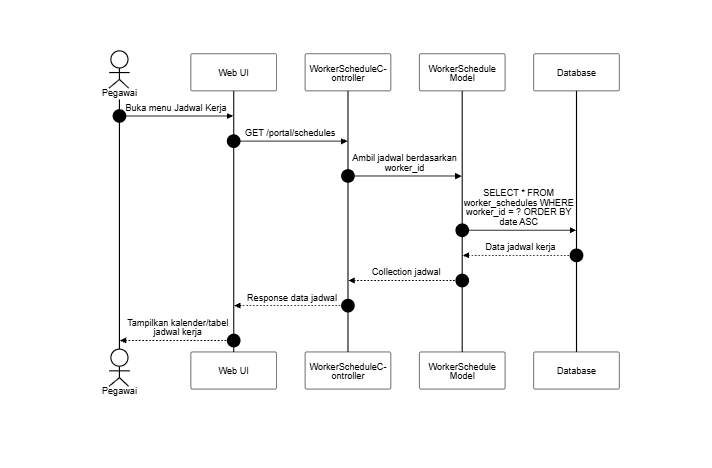
The Mermaid diagram docs/SequenceDiagram/PNG_Transparent/JadwalKerja-LihatJadwalKerja.png in SulaimanHafi23/SimpegRSHDI, before a commit. Its source is kept beside it as docs/SequenceDiagram/JadwalKerja-LihatJadwalKerja.mermaid. Source of this version:
```mermaid
---
id: PortalPegawai-JadwalKerja
title: Portal Pegawai - Jadwal Kerja (Read)
---
%%{init: {"theme": "base", "themeVariables": {"background": "#dddddd", "primaryColor": "#ffffff", "primaryBorderColor": "#000000", "primaryTextColor": "#000000", "lineColor": "#000000", "textColor": "#000000", "actorBkg": "#ffffff", "actorBorder": "#000000", "actorTextColor": "#000000", "activationBkgColor": "#ffffff", "activationBorderColor": "#000000", "signalColor": "#000000", "signalTextColor": "#000000", "labelBoxBkgColor": "#ffffff", "labelBoxBorderColor": "#000000", "labelTextColor": "#000000", "sequenceNumberColor": "#000000", "noteBkgColor": "#ffffff", "noteBorderColor": "#000000", "noteTextColor": "#000000"}, "sequence": {"useMaxWidth": true, "wrap": true, "messageFontSize": 12, "noteFontSize": 12}}}%%
sequenceDiagram
    autonumber
    actor P as Pegawai
    participant UI as Web UI
    participant C as WorkerScheduleController
    participant S as WorkerSchedule Model
    participant DB as Database

    P->>UI: Buka menu Jadwal Kerja
    UI->>C: GET /portal/schedules
    C->>S: Ambil jadwal berdasarkan worker_id
    S->>DB: SELECT * FROM worker_schedules WHERE worker_id = ? ORDER BY date ASC
    DB-->>S: Data jadwal kerja
    S-->>C: Collection jadwal
    C-->>UI: Response data jadwal
    UI-->>P: Tampilkan kalender/tabel jadwal kerja
```
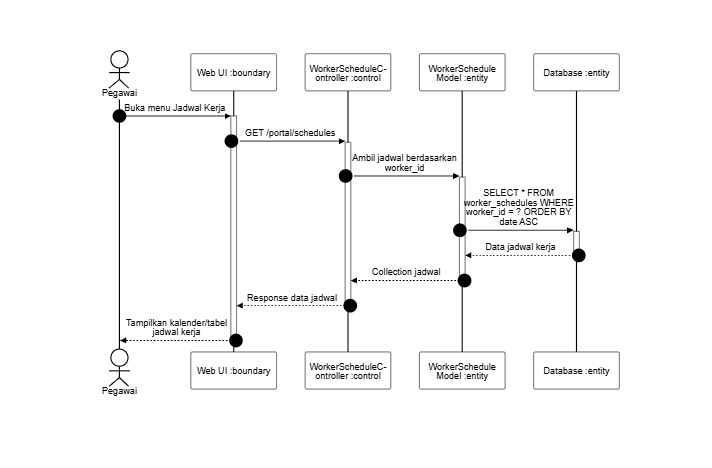
The same file after the commit.

The edit, as a diff of the source:
```diff
@@ -6,16 +6,16 @@
 sequenceDiagram
     autonumber
     actor P as Pegawai
-    participant UI as Web UI
-    participant C as WorkerScheduleController
-    participant S as WorkerSchedule Model
-    participant DB as Database
+    participant UI as Web UI :boundary
+    participant C as WorkerScheduleController :control
+    participant S as WorkerSchedule Model :entity
+    participant DB as Database :entity
 
-    P->>UI: Buka menu Jadwal Kerja
-    UI->>C: GET /portal/schedules
-    C->>S: Ambil jadwal berdasarkan worker_id
-    S->>DB: SELECT * FROM worker_schedules WHERE worker_id = ? ORDER BY date ASC
-    DB-->>S: Data jadwal kerja
-    S-->>C: Collection jadwal
-    C-->>UI: Response data jadwal
-    UI-->>P: Tampilkan kalender/tabel jadwal kerja
+    P->>+UI: Buka menu Jadwal Kerja
+    UI->>+C: GET /portal/schedules
+    C->>+S: Ambil jadwal berdasarkan worker_id
+    S->>+DB: SELECT * FROM worker_schedules WHERE worker_id = ? ORDER BY date ASC
+    DB-->>-S: Data jadwal kerja
+    S-->>-C: Collection jadwal
+    C-->>-UI: Response data jadwal
+    UI-->>-P: Tampilkan kalender/tabel jadwal kerja
```
